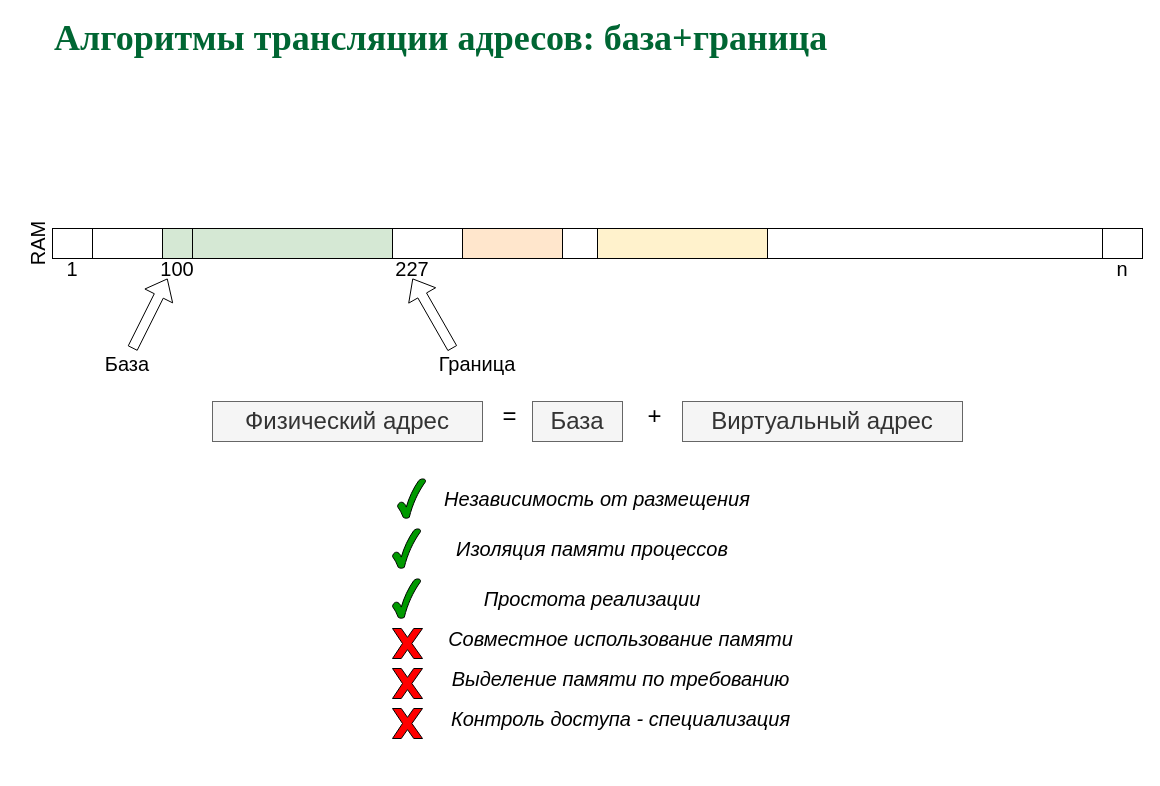
77maxikov/os_course keeps this draw.io diagram as page "P14" (14 of 34) of slides/memmgt.drawio. Above is the earlier version. Source tidied: cells renumbered, new cells numbered last; positions are measured from the earlier drawing's top-left corner, leaving out a move shared by most shapes. Both pictures are drawn from the tidied source at 100%, with x=0, y=0 at pixel (12, 28).
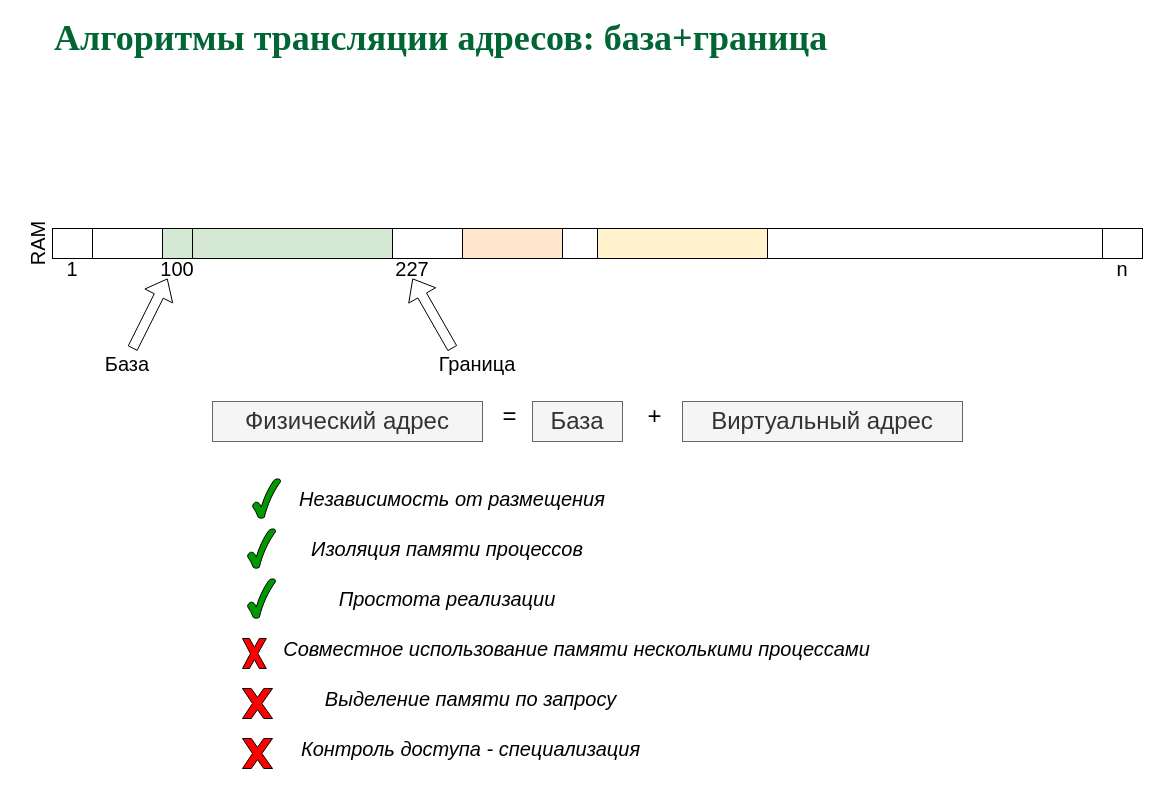
The same page after the edit.

What changed in the source:
```diff
@@
     <mxCell id="23" style="group;" parent="1" vertex="1">
-      <mxGeometry x="385" y="450" width="380" height="40" as="geometry" />
+      <mxGeometry x="235" y="450" width="380" height="40" as="geometry" />
     </mxCell>
     <mxCell id="24" value="&lt;i&gt;&lt;font style=&quot;font-size: 20px&quot;&gt;Независимость от размещения&lt;/font&gt;&lt;/i&gt;" style="text;html=1;strokeColor=none;fillColor=none;align=center;verticalAlign=middle;whiteSpace=wrap;rounded=0;" parent="23" vertex="1">
-      <mxGeometry x="19.7" width="360.3" height="40" as="geometry" />
+      <mxGeometry x="24.7" width="360.3" height="40" as="geometry" />
     </mxCell>
     <mxCell id="25" style="verticalLabelPosition=bottom;verticalAlign=top;html=1;shape=mxgraph.basic.tick;fillColor=#009900;" parent="23" vertex="1">
-      <mxGeometry width="28.1" height="40" as="geometry" />
+      <mxGeometry x="5" width="28.1" height="40" as="geometry" />
     </mxCell>
     <mxCell id="26" style="group;" parent="1" vertex="1">
-      <mxGeometry x="380" y="500" width="380" height="40" as="geometry" />
+      <mxGeometry x="235" y="500" width="380" height="40" as="geometry" />
     </mxCell>
@@
     <mxCell id="29" style="group;" parent="1" vertex="1">
-      <mxGeometry x="380" y="550" width="380" height="40" as="geometry" />
+      <mxGeometry x="235" y="550" width="380" height="40" as="geometry" />
     </mxCell>
@@
     <mxCell id="32" style="group;" parent="1" vertex="1">
-      <mxGeometry x="380" y="590" width="432.5" height="40" as="geometry" />
+      <mxGeometry x="230" y="600" width="650" height="40" as="geometry" />
     </mxCell>
     <mxCell id="33" style="verticalLabelPosition=bottom;verticalAlign=top;html=1;shape=mxgraph.basic.x;fillColor=#FF0000;" parent="32" vertex="1">
-      <mxGeometry y="10" width="30" height="30" as="geometry" />
+      <mxGeometry y="10" width="23.8" height="30" as="geometry" />
     </mxCell>
-    <mxCell id="34" value="&lt;i&gt;&lt;font style=&quot;font-size: 20px&quot;&gt;Совместное использование памяти&lt;/font&gt;&lt;/i&gt;" style="text;html=1;strokeColor=none;fillColor=none;align=center;verticalAlign=middle;whiteSpace=wrap;rounded=0;" parent="32" vertex="1">
-      <mxGeometry x="23.5" width="409" height="40" as="geometry" />
+    <mxCell id="34" value="&lt;i&gt;&lt;font style=&quot;font-size: 20px&quot;&gt;Совместное использование памяти несколькими процессами&lt;/font&gt;&lt;/i&gt;" style="text;html=1;strokeColor=none;fillColor=none;align=center;verticalAlign=middle;whiteSpace=wrap;rounded=0;" parent="32" vertex="1">
+      <mxGeometry x="18.6" width="631.4" height="40" as="geometry" />
     </mxCell>
     <mxCell id="35" style="group;" parent="1" vertex="1">
-      <mxGeometry x="380" y="630" width="432.5" height="40" as="geometry" />
+      <mxGeometry x="230" y="650" width="432.5" height="40" as="geometry" />
     </mxCell>
@@
-    <mxCell id="37" value="&lt;i&gt;&lt;font style=&quot;font-size: 20px&quot;&gt;Выделение памяти по требованию&lt;/font&gt;&lt;/i&gt;" style="text;html=1;strokeColor=none;fillColor=none;align=center;verticalAlign=middle;whiteSpace=wrap;rounded=0;" parent="35" vertex="1">
+    <mxCell id="37" value="&lt;i&gt;&lt;font style=&quot;font-size: 20px&quot;&gt;Выделение памяти по запросу&lt;/font&gt;&lt;/i&gt;" style="text;html=1;strokeColor=none;fillColor=none;align=center;verticalAlign=middle;whiteSpace=wrap;rounded=0;" parent="35" vertex="1">
       <mxGeometry x="23.5" width="409" height="40" as="geometry" />
     </mxCell>
     <mxCell id="38" style="group;" parent="1" vertex="1">
-      <mxGeometry x="380" y="670" width="432.5" height="40" as="geometry" />
+      <mxGeometry x="230" y="700" width="432.5" height="40" as="geometry" />
     </mxCell>
```
